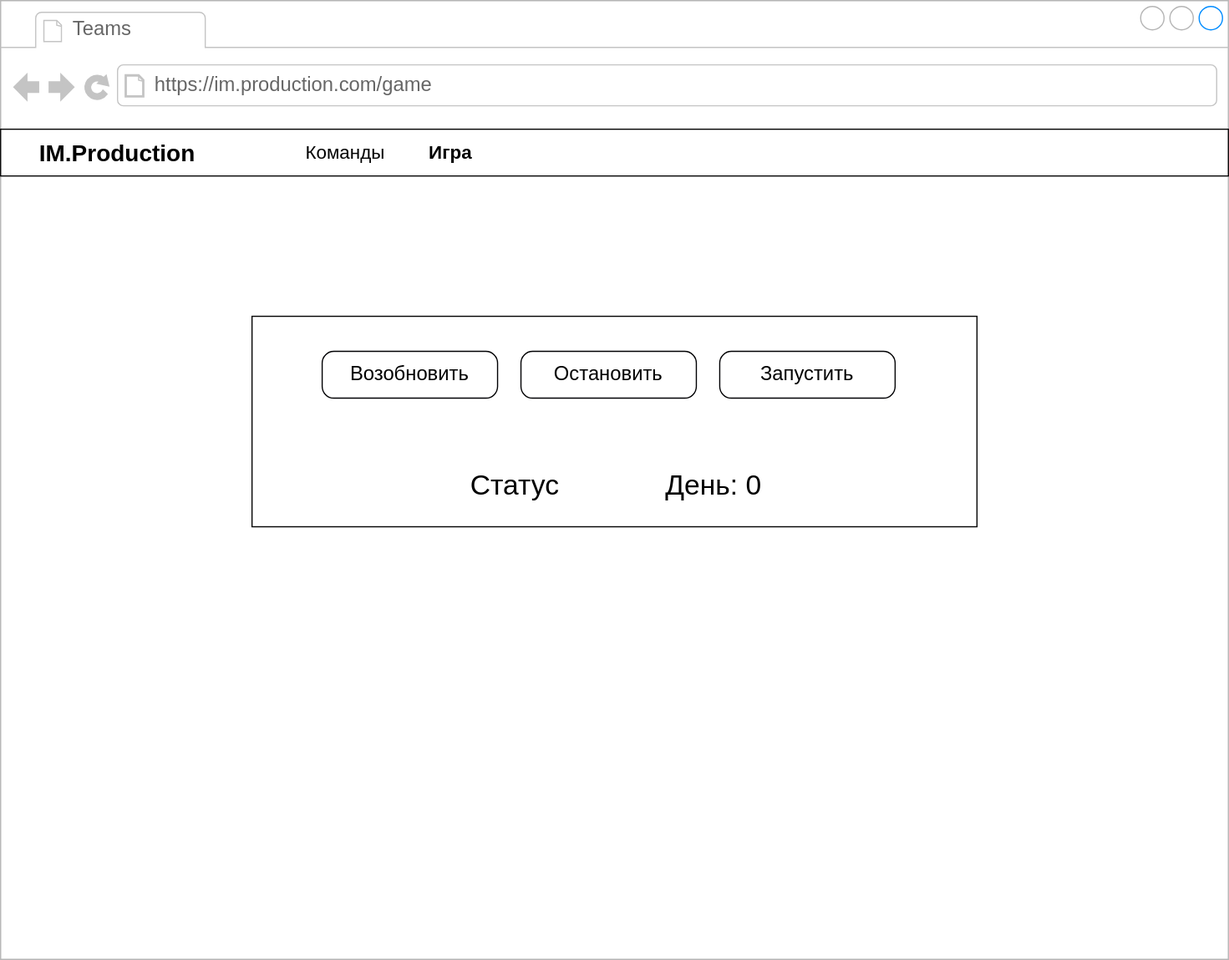
This is docs/mockups/Game.svg from yafarkin/im.production, a draw.io export, as it was before one commit. Source tidied: cells renumbered, new cells last; positions are measured from the earlier drawing's top-left corner, leaving out a move shared by most shapes. Source of this version:
```xml
<mxGraphModel background="#ffffff">
  <root>
    <mxCell id="0" />
    <mxCell id="1" parent="0" />
    <mxCell id="2" style="strokeWidth=1;shadow=0;dashed=0;align=center;html=1;shape=mxgraph.mockup.containers.browserWindow;rSize=0;strokeColor=#B5B5B5;mainText=,;rounded=0;labelBackgroundColor=none;fontFamily=Verdana;fontSize=12;" parent="1" vertex="1">
      <mxGeometry width="1050" height="820" as="geometry" />
    </mxCell>
    <mxCell id="3" style="rounded=0;fontColor=none;labelBackgroundColor=none;noLabel=1;whiteSpace=wrap;" parent="2" vertex="1">
      <mxGeometry x="215" y="270" width="620" height="180" as="geometry" />
    </mxCell>
    <mxCell id="4" value="Teams" style="strokeWidth=1;shadow=0;dashed=0;align=center;html=1;shape=mxgraph.mockup.containers.anchor;fontSize=17;fontColor=#666666;align=left;" parent="2" vertex="1">
      <mxGeometry x="60" y="12" width="110" height="26" as="geometry" />
    </mxCell>
    <mxCell id="5" value="https://im.production.com/game" style="strokeWidth=1;shadow=0;dashed=0;align=center;html=1;shape=mxgraph.mockup.containers.anchor;rSize=0;fontSize=17;fontColor=#666666;align=left;" parent="2" vertex="1">
      <mxGeometry x="130" y="60" width="250" height="26" as="geometry" />
    </mxCell>
    <mxCell id="6" style="rounded=0;whiteSpace=wrap;html=1;" parent="2" vertex="1">
      <mxGeometry y="110" width="1050" height="40" as="geometry" />
    </mxCell>
    <mxCell id="7" value="&lt;font style=&quot;font-size: 20px&quot;&gt;&lt;b&gt;IM.Production&lt;/b&gt;&lt;/font&gt;" style="text;html=1;strokeColor=none;fillColor=none;align=center;verticalAlign=middle;whiteSpace=wrap;rounded=0;" parent="2" vertex="1">
      <mxGeometry x="10" y="120" width="180" height="20" as="geometry" />
    </mxCell>
    <mxCell id="8" value="&lt;font style=&quot;font-size: 16px&quot;&gt;&lt;span&gt;&lt;font color=&quot;#000000&quot;&gt;Команды&lt;/font&gt;&lt;/span&gt;&lt;br&gt;&lt;/font&gt;" style="text;html=1;strokeColor=none;fillColor=none;align=center;verticalAlign=middle;whiteSpace=wrap;rounded=0;fontColor=#ffffff;fontStyle=0;" parent="2" vertex="1">
      <mxGeometry x="250" y="120" width="90" height="20" as="geometry" />
    </mxCell>
    <mxCell id="9" value="&lt;span style=&quot;font-size: 16px&quot;&gt;Игра&lt;br&gt;&lt;/span&gt;" style="text;html=1;strokeColor=none;fillColor=none;align=center;verticalAlign=middle;whiteSpace=wrap;rounded=0;fontStyle=1;" parent="2" vertex="1">
      <mxGeometry x="340" y="120" width="90" height="20" as="geometry" />
    </mxCell>
    <mxCell id="10" value="&lt;font color=&quot;#000000&quot; style=&quot;font-weight: normal&quot;&gt;Запустить&lt;/font&gt;" style="strokeWidth=1;shadow=0;dashed=0;align=center;html=1;shape=mxgraph.mockup.buttons.button;strokeColor=#000003;mainText=;buttonStyle=round;fontSize=17;fontStyle=1;fillColor=#FFFFFF;whiteSpace=wrap;labelBackgroundColor=none;fontColor=#ffffff;perimeterSpacing=0;" parent="2" vertex="1">
      <mxGeometry x="615" y="300" width="150" height="40" as="geometry" />
    </mxCell>
    <mxCell id="11" value="&lt;font style=&quot;font-size: 24px&quot;&gt;Статус&lt;/font&gt;" style="text;html=1;strokeColor=none;fillColor=none;align=center;verticalAlign=middle;whiteSpace=wrap;rounded=0;" parent="2" vertex="1">
      <mxGeometry x="375" y="390" width="130" height="50" as="geometry" />
    </mxCell>
    <mxCell id="12" value="&lt;font style=&quot;font-size: 24px&quot;&gt;День: 0&lt;/font&gt;" style="text;html=1;strokeColor=none;fillColor=none;align=center;verticalAlign=middle;whiteSpace=wrap;rounded=0;" parent="2" vertex="1">
      <mxGeometry x="545" y="390" width="130" height="50" as="geometry" />
    </mxCell>
    <mxCell id="13" value="&lt;font color=&quot;#000000&quot;&gt;&lt;span style=&quot;font-weight: 400&quot;&gt;Остановить&lt;/span&gt;&lt;/font&gt;" style="strokeWidth=1;shadow=0;dashed=0;align=center;html=1;shape=mxgraph.mockup.buttons.button;strokeColor=#000003;mainText=;buttonStyle=round;fontSize=17;fontStyle=1;fillColor=#FFFFFF;whiteSpace=wrap;labelBackgroundColor=none;fontColor=#ffffff;perimeterSpacing=0;" parent="2" vertex="1">
      <mxGeometry x="445" y="300" width="150" height="40" as="geometry" />
    </mxCell>
    <mxCell id="14" value="&lt;font color=&quot;#000000&quot;&gt;&lt;span style=&quot;font-weight: 400&quot;&gt;Возобновить&lt;/span&gt;&lt;/font&gt;" style="strokeWidth=1;shadow=0;dashed=0;align=center;html=1;shape=mxgraph.mockup.buttons.button;strokeColor=#000003;mainText=;buttonStyle=round;fontSize=17;fontStyle=1;fillColor=#FFFFFF;whiteSpace=wrap;labelBackgroundColor=none;fontColor=#ffffff;perimeterSpacing=0;" parent="2" vertex="1">
      <mxGeometry x="275" y="300" width="150" height="40" as="geometry" />
    </mxCell>
  </root>
</mxGraphModel>
```
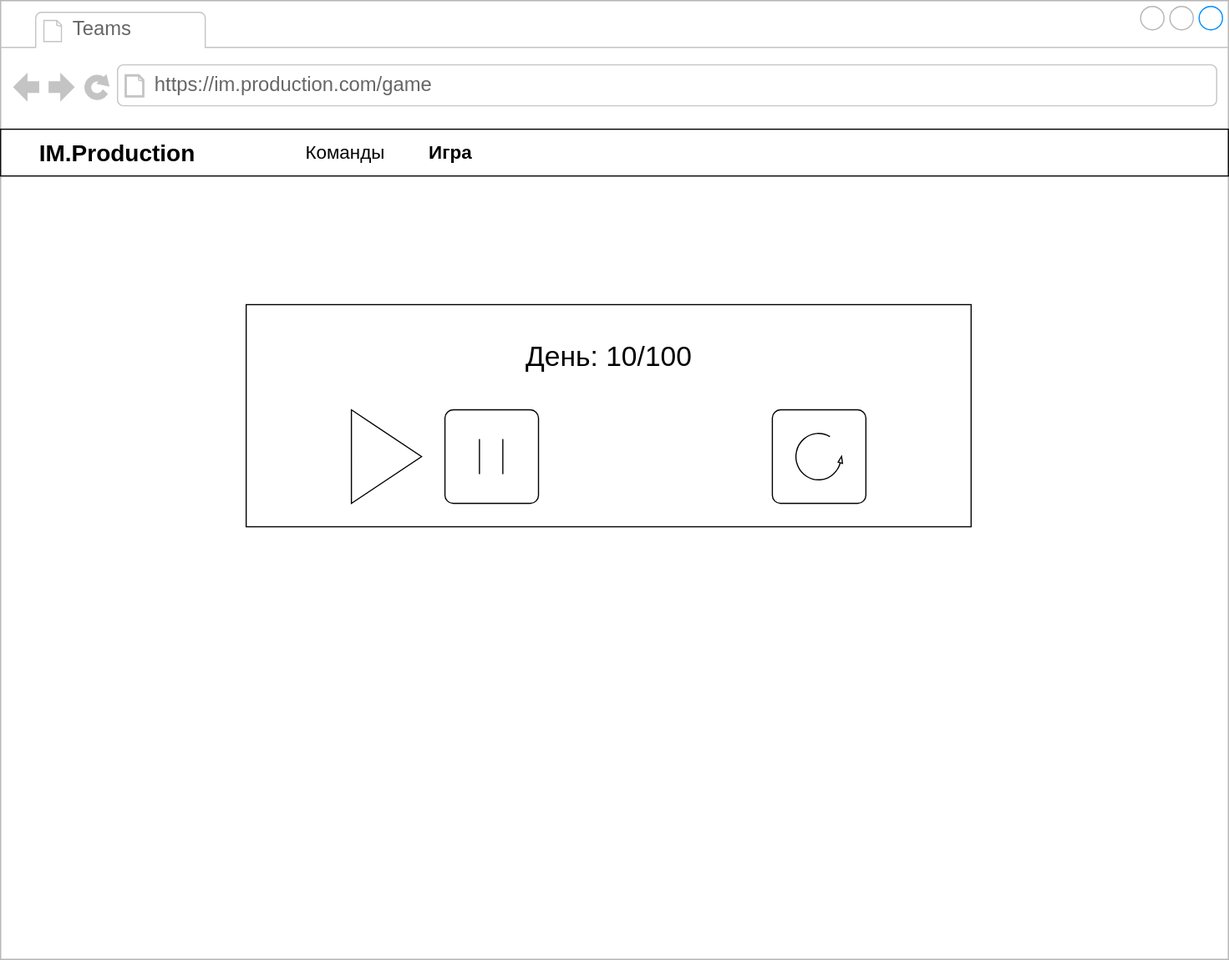
Above is the later version.

Commit message:
#24 Изменен макет кнопок управления Игрой

Change to the diagram source:
```diff
@@ -6,7 +6,7 @@
       <mxGeometry width="1050" height="820" as="geometry" />
     </mxCell>
     <mxCell id="3" style="rounded=0;fontColor=none;labelBackgroundColor=none;noLabel=1;whiteSpace=wrap;" parent="2" vertex="1">
-      <mxGeometry x="215" y="270" width="620" height="180" as="geometry" />
+      <mxGeometry x="210" y="260" width="620" height="190" as="geometry" />
     </mxCell>
     <mxCell id="4" value="Teams" style="strokeWidth=1;shadow=0;dashed=0;align=center;html=1;shape=mxgraph.mockup.containers.anchor;fontSize=17;fontColor=#666666;align=left;" parent="2" vertex="1">
       <mxGeometry x="60" y="12" width="110" height="26" as="geometry" />
@@ -26,20 +26,32 @@
     <mxCell id="9" value="&lt;span style=&quot;font-size: 16px&quot;&gt;Игра&lt;br&gt;&lt;/span&gt;" style="text;html=1;strokeColor=none;fillColor=none;align=center;verticalAlign=middle;whiteSpace=wrap;rounded=0;fontStyle=1;" parent="2" vertex="1">
       <mxGeometry x="340" y="120" width="90" height="20" as="geometry" />
     </mxCell>
-    <mxCell id="10" value="&lt;font color=&quot;#000000&quot; style=&quot;font-weight: normal&quot;&gt;Запустить&lt;/font&gt;" style="strokeWidth=1;shadow=0;dashed=0;align=center;html=1;shape=mxgraph.mockup.buttons.button;strokeColor=#000003;mainText=;buttonStyle=round;fontSize=17;fontStyle=1;fillColor=#FFFFFF;whiteSpace=wrap;labelBackgroundColor=none;fontColor=#ffffff;perimeterSpacing=0;" parent="2" vertex="1">
-      <mxGeometry x="615" y="300" width="150" height="40" as="geometry" />
-    </mxCell>
-    <mxCell id="11" value="&lt;font style=&quot;font-size: 24px&quot;&gt;Статус&lt;/font&gt;" style="text;html=1;strokeColor=none;fillColor=none;align=center;verticalAlign=middle;whiteSpace=wrap;rounded=0;" parent="2" vertex="1">
-      <mxGeometry x="375" y="390" width="130" height="50" as="geometry" />
-    </mxCell>
-    <mxCell id="12" value="&lt;font style=&quot;font-size: 24px&quot;&gt;День: 0&lt;/font&gt;" style="text;html=1;strokeColor=none;fillColor=none;align=center;verticalAlign=middle;whiteSpace=wrap;rounded=0;" parent="2" vertex="1">
-      <mxGeometry x="545" y="390" width="130" height="50" as="geometry" />
+    <mxCell id="12" value="&lt;font style=&quot;font-size: 24px&quot;&gt;День: 10/100&lt;/font&gt;" style="text;html=1;strokeColor=none;fillColor=none;align=center;verticalAlign=middle;whiteSpace=wrap;rounded=0;" parent="2" vertex="1">
+      <mxGeometry x="437.5" y="280" width="165" height="50" as="geometry" />
     </mxCell>
-    <mxCell id="13" value="&lt;font color=&quot;#000000&quot;&gt;&lt;span style=&quot;font-weight: 400&quot;&gt;Остановить&lt;/span&gt;&lt;/font&gt;" style="strokeWidth=1;shadow=0;dashed=0;align=center;html=1;shape=mxgraph.mockup.buttons.button;strokeColor=#000003;mainText=;buttonStyle=round;fontSize=17;fontStyle=1;fillColor=#FFFFFF;whiteSpace=wrap;labelBackgroundColor=none;fontColor=#ffffff;perimeterSpacing=0;" parent="2" vertex="1">
-      <mxGeometry x="445" y="300" width="150" height="40" as="geometry" />
-    </mxCell>
-    <mxCell id="14" value="&lt;font color=&quot;#000000&quot;&gt;&lt;span style=&quot;font-weight: 400&quot;&gt;Возобновить&lt;/span&gt;&lt;/font&gt;" style="strokeWidth=1;shadow=0;dashed=0;align=center;html=1;shape=mxgraph.mockup.buttons.button;strokeColor=#000003;mainText=;buttonStyle=round;fontSize=17;fontStyle=1;fillColor=#FFFFFF;whiteSpace=wrap;labelBackgroundColor=none;fontColor=#ffffff;perimeterSpacing=0;" parent="2" vertex="1">
-      <mxGeometry x="275" y="300" width="150" height="40" as="geometry" />
-    </mxCell>
+    <mxCell id="15" style="triangle;whiteSpace=wrap;html=1;" parent="2" vertex="1">
+      <mxGeometry x="300" y="350" width="60" height="80" as="geometry" />
+    </mxCell>
+    <mxCell id="16" style="rounded=1;whiteSpace=wrap;html=1;absoluteArcSize=1;arcSize=14;strokeWidth=1;" parent="2" vertex="1">
+      <mxGeometry x="380" y="350" width="80" height="80" as="geometry" />
+    </mxCell>
+    <mxCell id="17" style="rounded=1;whiteSpace=wrap;html=1;absoluteArcSize=1;arcSize=14;strokeWidth=1;" parent="2" vertex="1">
+      <mxGeometry x="660" y="350" width="80" height="80" as="geometry" />
+    </mxCell>
+    <mxCell id="18" style="verticalLabelPosition=bottom;html=1;verticalAlign=top;strokeWidth=1;shape=mxgraph.lean_mapping.physical_pull;" parent="2" vertex="1">
+      <mxGeometry x="680" y="370" width="40" height="40" as="geometry" />
+    </mxCell>
+    <mxCell id="19" style="endArrow=none;html=1;jumpSize=0;strokeWidth=1;" parent="1" edge="1">
+      <mxGeometry relative="1" as="geometry">
+        <mxPoint x="409.5" y="405" as="sourcePoint" />
+        <mxPoint x="409.5" y="375" as="targetPoint" />
+      </mxGeometry>
+    </mxCell>
+    <mxCell id="20" style="endArrow=none;html=1;jumpSize=0;strokeWidth=1;" parent="1" edge="1">
+      <mxGeometry relative="1" as="geometry">
+        <mxPoint x="429.5" y="405" as="sourcePoint" />
+        <mxPoint x="429.5" y="375" as="targetPoint" />
+      </mxGeometry>
+    </mxCell>
   </root>
 </mxGraphModel>
```
